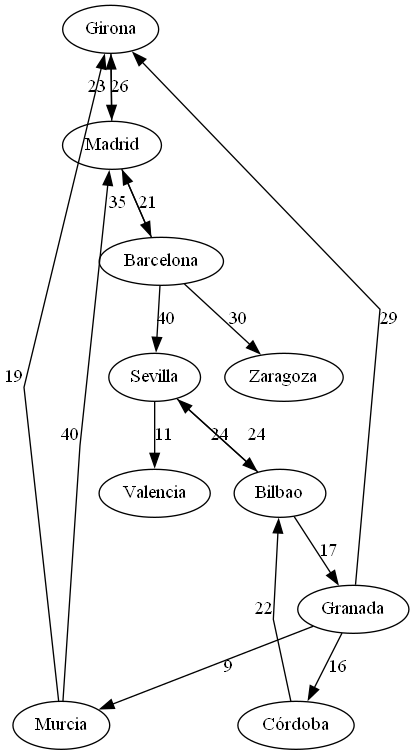
This is cmake-build-debug/grafo.png from Samashoas/202109705_Proyecto_EDD, a Graphviz export, as it was before one commit. Its source is kept beside it as cmake-build-debug/grafo.dot. Its diagram source:
```dot
digraph G {
    rankdir=TB;
    splines=false;
    overlap=false;
    "Girona" -> "Madrid" [label="23"];
    "Madrid" -> "Girona" [label="26"];
    "Madrid" -> "Barcelona" [label="21"];
    "Barcelona" -> "Madrid" [label="35"];
    "Barcelona" -> "Zaragoza" [label="30"];
    "Barcelona" -> "Sevilla" [label="40"];
    "Sevilla" -> "Valencia" [label="11"];
    "Sevilla" -> "Bilbao" [label="24"];
    "Bilbao" -> "Granada" [label="17"];
    "Bilbao" -> "Sevilla" [label="24"];
    "Granada" -> "Murcia" [label="9"];
    "Granada" -> "Córdoba" [label="16"];
    "Granada" -> "Girona" [label="29"];
    "Murcia" -> "Girona" [label="19"];
    "Murcia" -> "Madrid" [label="40"];
    "Córdoba" -> "Bilbao" [label="22"];
}
```
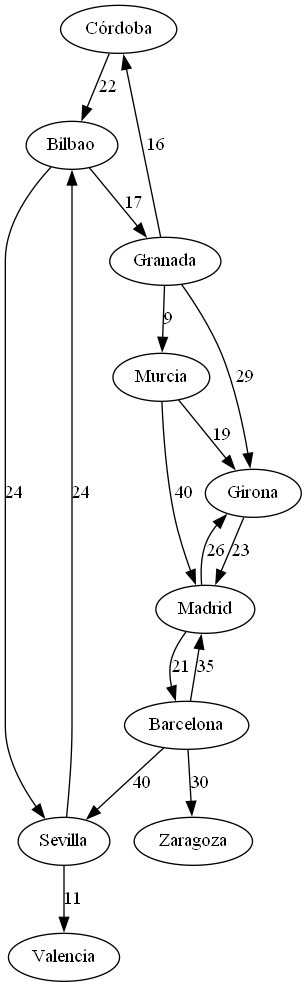
After the change.

The edit, as a diff of the source:
```diff
@@ -1,21 +1,18 @@
 digraph G {
-    rankdir=TB;
-    splines=false;
-    overlap=false;
+    "Córdoba" -> "Bilbao" [label="22"];
+    "Murcia" -> "Madrid" [label="40"];
+    "Murcia" -> "Girona" [label="19"];
+    "Granada" -> "Girona" [label="29"];
+    "Granada" -> "Córdoba" [label="16"];
+    "Granada" -> "Murcia" [label="9"];
+    "Bilbao" -> "Sevilla" [label="24"];
+    "Bilbao" -> "Granada" [label="17"];
+    "Sevilla" -> "Bilbao" [label="24"];
+    "Sevilla" -> "Valencia" [label="11"];
+    "Barcelona" -> "Sevilla" [label="40"];
+    "Barcelona" -> "Zaragoza" [label="30"];
+    "Barcelona" -> "Madrid" [label="35"];
+    "Madrid" -> "Barcelona" [label="21"];
+    "Madrid" -> "Girona" [label="26"];
     "Girona" -> "Madrid" [label="23"];
-    "Madrid" -> "Girona" [label="26"];
-    "Madrid" -> "Barcelona" [label="21"];
-    "Barcelona" -> "Madrid" [label="35"];
-    "Barcelona" -> "Zaragoza" [label="30"];
-    "Barcelona" -> "Sevilla" [label="40"];
-    "Sevilla" -> "Valencia" [label="11"];
-    "Sevilla" -> "Bilbao" [label="24"];
-    "Bilbao" -> "Granada" [label="17"];
-    "Bilbao" -> "Sevilla" [label="24"];
-    "Granada" -> "Murcia" [label="9"];
-    "Granada" -> "Córdoba" [label="16"];
-    "Granada" -> "Girona" [label="29"];
-    "Murcia" -> "Girona" [label="19"];
-    "Murcia" -> "Madrid" [label="40"];
-    "Córdoba" -> "Bilbao" [label="22"];
 }
```
